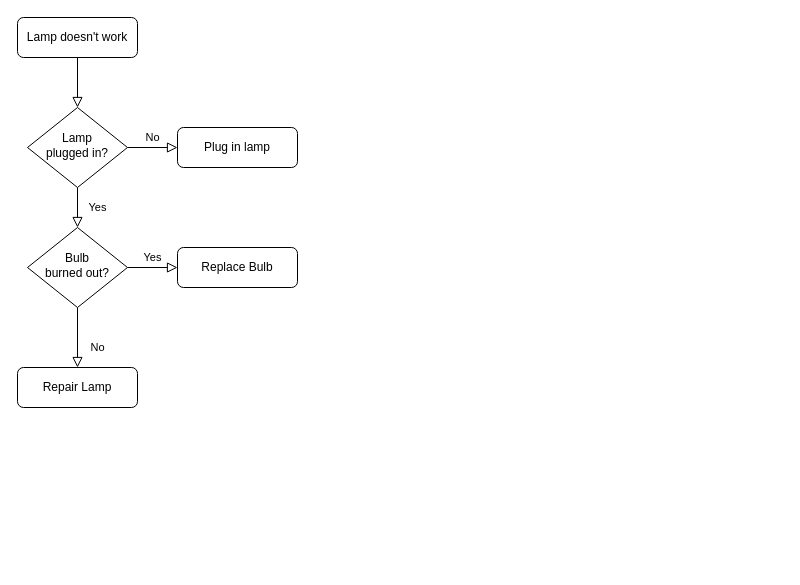
Earlier version of the draw.io diagram Unbenanntes Diagramm.drawio (LaserStefan/academic-data-driven-cv). Source tidied: cells renumbered, new cells numbered last; positions are measured from the earlier drawing's top-left corner, leaving out a move shared by most shapes. Both pictures are drawn from the tidied source at 100%, with x=0, y=0 at pixel (17, 17).
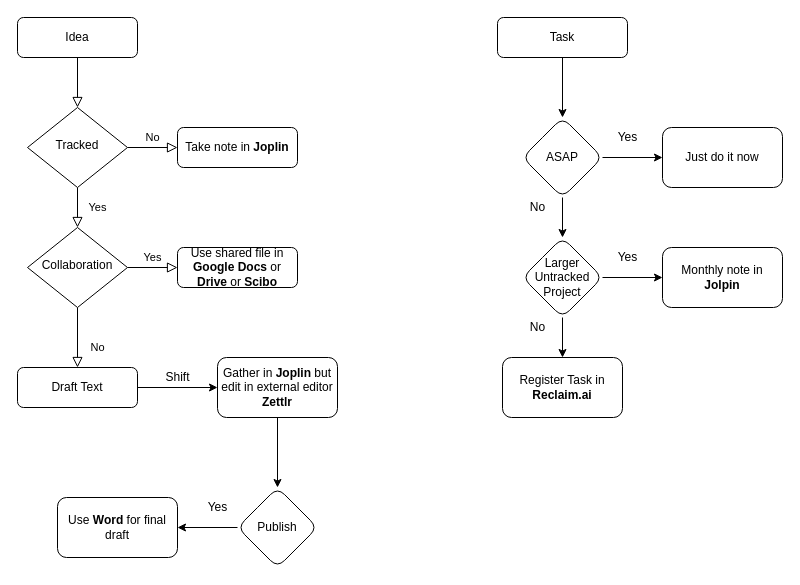
After the change.

What changed in the source:
```diff
@@
-    <mxCell id="3" value="Lamp doesn't work" style="rounded=1;whiteSpace=wrap;html=1;fontSize=12;glass=0;strokeWidth=1;shadow=0;" parent="1" vertex="1">
+    <mxCell id="3" value="Idea" style="rounded=1;whiteSpace=wrap;html=1;fontSize=12;glass=0;strokeWidth=1;shadow=0;" parent="1" vertex="1">
       <mxGeometry width="120" height="40" as="geometry" />
     </mxCell>
@@
-    <mxCell id="6" value="Lamp&lt;br&gt;plugged in?" style="rhombus;whiteSpace=wrap;html=1;shadow=0;fontFamily=Helvetica;fontSize=12;align=center;strokeWidth=1;spacing=6;spacingTop=-4;" parent="1" vertex="1">
+    <mxCell id="6" value="Tracked" style="rhombus;whiteSpace=wrap;html=1;shadow=0;fontFamily=Helvetica;fontSize=12;align=center;strokeWidth=1;spacing=6;spacingTop=-4;" parent="1" vertex="1">
       <mxGeometry x="10" y="90" width="100" height="80" as="geometry" />
     </mxCell>
-    <mxCell id="7" value="Plug in lamp" style="rounded=1;whiteSpace=wrap;html=1;fontSize=12;glass=0;strokeWidth=1;shadow=0;" parent="1" vertex="1">
+    <mxCell id="7" value="Take note in &lt;b&gt;Joplin&lt;/b&gt;" style="rounded=1;whiteSpace=wrap;html=1;fontSize=12;glass=0;strokeWidth=1;shadow=0;" parent="1" vertex="1">
       <mxGeometry x="160" y="110" width="120" height="40" as="geometry" />
     </mxCell>
@@
-    <mxCell id="10" value="Bulb&lt;br&gt;burned out?" style="rhombus;whiteSpace=wrap;html=1;shadow=0;fontFamily=Helvetica;fontSize=12;align=center;strokeWidth=1;spacing=6;spacingTop=-4;" parent="1" vertex="1">
+    <mxCell id="10" value="Collaboration" style="rhombus;whiteSpace=wrap;html=1;shadow=0;fontFamily=Helvetica;fontSize=12;align=center;strokeWidth=1;spacing=6;spacingTop=-4;" parent="1" vertex="1">
       <mxGeometry x="10" y="210" width="100" height="80" as="geometry" />
     </mxCell>
+    <mxCell id="13" style="edgeStyle=orthogonalEdgeStyle;rounded=0;jettySize=auto;html=1;" parent="1" edge="1" source="11" target="15">
+      <mxGeometry relative="1" as="geometry" />
+    </mxCell>
-    <mxCell id="11" value="Repair Lamp" style="rounded=1;whiteSpace=wrap;html=1;fontSize=12;glass=0;strokeWidth=1;shadow=0;" parent="1" vertex="1">
+    <mxCell id="11" value="Draft Text" style="rounded=1;whiteSpace=wrap;html=1;fontSize=12;glass=0;strokeWidth=1;shadow=0;" parent="1" vertex="1">
       <mxGeometry y="350" width="120" height="40" as="geometry" />
     </mxCell>
-    <mxCell id="12" value="Replace Bulb" style="rounded=1;whiteSpace=wrap;html=1;fontSize=12;glass=0;strokeWidth=1;shadow=0;" parent="1" vertex="1">
+    <mxCell id="12" value="Use shared file in &lt;b&gt;Google Docs&lt;/b&gt; or &lt;b&gt;Drive&lt;/b&gt; or &lt;b&gt;Scibo&lt;/b&gt;" style="rounded=1;whiteSpace=wrap;html=1;fontSize=12;glass=0;strokeWidth=1;shadow=0;" parent="1" vertex="1">
       <mxGeometry x="160" y="230" width="120" height="40" as="geometry" />
     </mxCell>
+    <mxCell id="14" style="edgeStyle=orthogonalEdgeStyle;rounded=0;jettySize=auto;html=1;" parent="1" edge="1" source="15" target="18">
+      <mxGeometry relative="1" as="geometry" />
+    </mxCell>
+    <mxCell id="15" value="Gather in &lt;b&gt;Joplin &lt;/b&gt;but edit in external editor &lt;b&gt;Zettlr&lt;/b&gt;" style="whiteSpace=wrap;html=1;rounded=1;glass=0;strokeWidth=1;shadow=0;" parent="1" vertex="1">
+      <mxGeometry x="200" y="340" width="120" height="60" as="geometry" />
+    </mxCell>
+    <mxCell id="16" value="Shift" style="text;html=1;align=center;verticalAlign=middle;strokeColor=none;fillColor=none;" parent="1" vertex="1">
+      <mxGeometry x="135" y="345" width="50" height="30" as="geometry" />
+    </mxCell>
+    <mxCell id="17" style="edgeStyle=orthogonalEdgeStyle;rounded=0;jettySize=auto;html=1;" parent="1" edge="1" source="18" target="19">
+      <mxGeometry relative="1" as="geometry" />
+    </mxCell>
+    <mxCell id="18" value="Publish" style="rhombus;whiteSpace=wrap;html=1;rounded=1;glass=0;strokeWidth=1;shadow=0;" parent="1" vertex="1">
+      <mxGeometry x="220" y="470" width="80" height="80" as="geometry" />
+    </mxCell>
+    <mxCell id="19" value="Use &lt;b&gt;Word &lt;/b&gt;for final draft" style="whiteSpace=wrap;html=1;rounded=1;glass=0;strokeWidth=1;shadow=0;" parent="1" vertex="1">
+      <mxGeometry x="40" y="480" width="120" height="60" as="geometry" />
+    </mxCell>
+    <mxCell id="20" value="Yes" style="text;html=1;align=center;verticalAlign=middle;strokeColor=none;fillColor=none;" parent="1" vertex="1">
+      <mxGeometry x="180" y="475" width="40" height="30" as="geometry" />
+    </mxCell>
+    <mxCell id="21" style="edgeStyle=orthogonalEdgeStyle;rounded=0;jettySize=auto;html=1;" parent="1" edge="1" source="22" target="25">
+      <mxGeometry relative="1" as="geometry" />
+    </mxCell>
+    <mxCell id="22" value="Task" style="rounded=1;whiteSpace=wrap;html=1;" parent="1" vertex="1">
+      <mxGeometry x="480" width="130" height="40" as="geometry" />
+    </mxCell>
+    <mxCell id="23" style="edgeStyle=orthogonalEdgeStyle;rounded=0;jettySize=auto;html=1;" parent="1" edge="1" source="25" target="26">
+      <mxGeometry relative="1" as="geometry" />
+    </mxCell>
+    <mxCell id="24" style="edgeStyle=orthogonalEdgeStyle;rounded=0;jettySize=auto;html=1;" parent="1" edge="1" source="25" target="30">
+      <mxGeometry relative="1" as="geometry" />
+    </mxCell>
+    <mxCell id="25" value="ASAP" style="rhombus;whiteSpace=wrap;html=1;rounded=1;" parent="1" vertex="1">
+      <mxGeometry x="505" y="100" width="80" height="80" as="geometry" />
+    </mxCell>
+    <mxCell id="26" value="Just do it now" style="whiteSpace=wrap;html=1;rounded=1;" parent="1" vertex="1">
+      <mxGeometry x="645" y="110" width="120" height="60" as="geometry" />
+    </mxCell>
+    <mxCell id="27" value="Yes" style="text;html=1;align=center;verticalAlign=middle;strokeColor=none;fillColor=none;" parent="1" vertex="1">
+      <mxGeometry x="590" y="105" width="40" height="30" as="geometry" />
+    </mxCell>
+    <mxCell id="28" style="edgeStyle=orthogonalEdgeStyle;rounded=0;jettySize=auto;html=1;" parent="1" edge="1" source="30" target="32">
+      <mxGeometry relative="1" as="geometry" />
+    </mxCell>
+    <mxCell id="29" style="edgeStyle=orthogonalEdgeStyle;rounded=0;jettySize=auto;html=1;" parent="1" edge="1" source="30" target="34">
+      <mxGeometry relative="1" as="geometry" />
+    </mxCell>
+    <mxCell id="30" value="Larger Untracked Project" style="rhombus;whiteSpace=wrap;html=1;rounded=1;" parent="1" vertex="1">
+      <mxGeometry x="505" y="220" width="80" height="80" as="geometry" />
+    </mxCell>
+    <mxCell id="31" value="No" style="text;html=1;align=center;verticalAlign=middle;strokeColor=none;fillColor=none;" parent="1" vertex="1">
+      <mxGeometry x="500" y="175" width="40" height="30" as="geometry" />
+    </mxCell>
+    <mxCell id="32" value="Monthly note in &lt;b&gt;Jolpin&lt;/b&gt;" style="whiteSpace=wrap;html=1;rounded=1;" parent="1" vertex="1">
+      <mxGeometry x="645" y="230" width="120" height="60" as="geometry" />
+    </mxCell>
+    <mxCell id="33" value="Yes" style="text;html=1;align=center;verticalAlign=middle;strokeColor=none;fillColor=none;" parent="1" vertex="1">
+      <mxGeometry x="590" y="225" width="40" height="30" as="geometry" />
+    </mxCell>
+    <mxCell id="34" value="Register Task in &lt;b&gt;Reclaim.ai&lt;/b&gt;" style="whiteSpace=wrap;html=1;rounded=1;" parent="1" vertex="1">
+      <mxGeometry x="485" y="340" width="120" height="60" as="geometry" />
+    </mxCell>
+    <mxCell id="35" value="No" style="text;html=1;align=center;verticalAlign=middle;strokeColor=none;fillColor=none;" parent="1" vertex="1">
+      <mxGeometry x="500" y="295" width="40" height="30" as="geometry" />
+    </mxCell>
```
